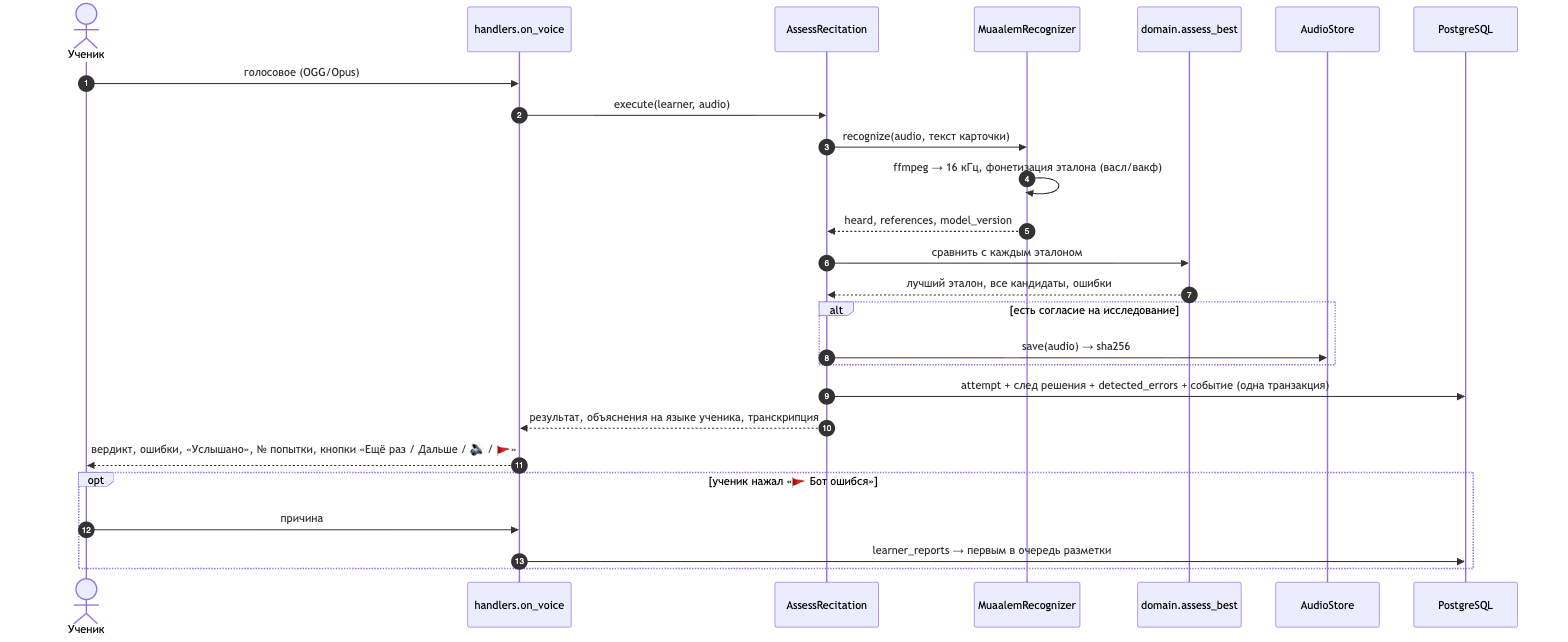
Above: docs/architecture/diagrams/03-voice-sequence.png in abdra04-gif/muallim (Mermaid), before the change. Its source is kept beside it as docs/architecture/diagrams/03-voice-sequence.mmd.
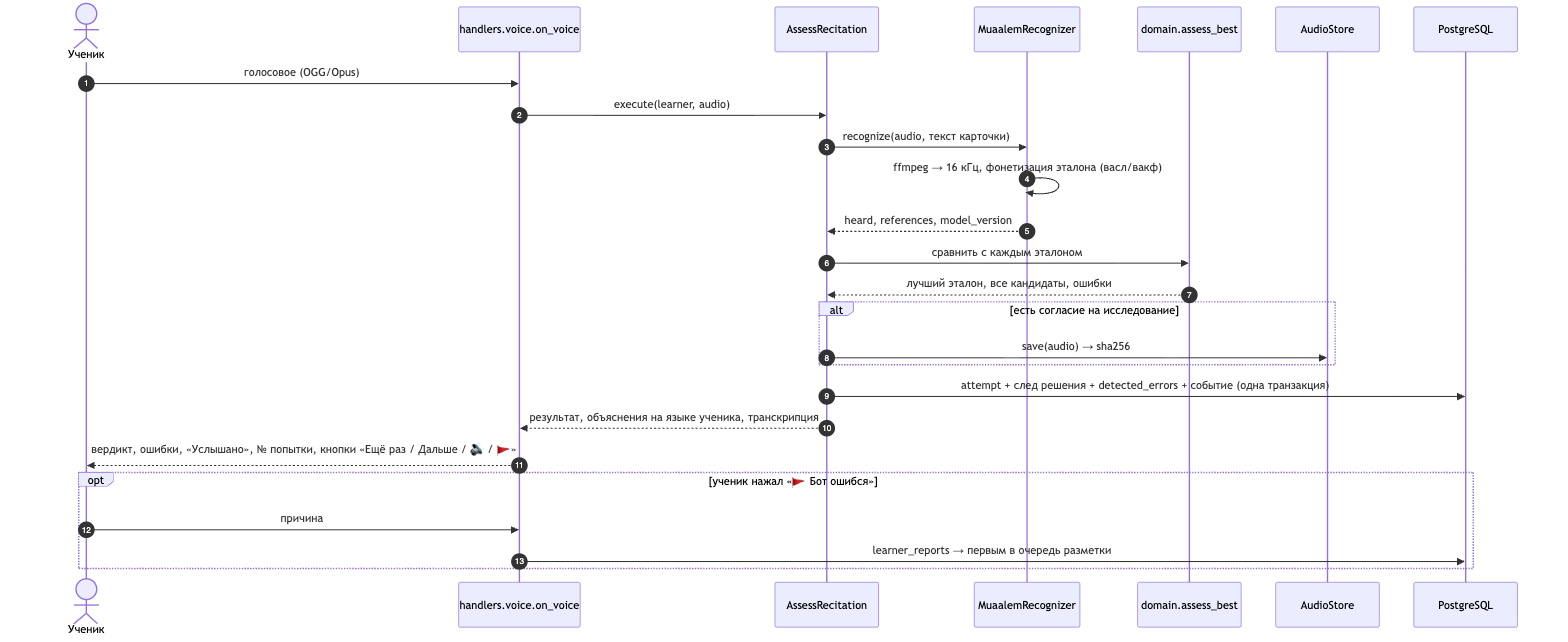
After the commit.

The edit, as a diff of the source:
```diff
@@ -1,7 +1,7 @@
 sequenceDiagram
     autonumber
     actor L as Ученик
-    participant H as handlers.on_voice
+    participant H as handlers.voice.on_voice
     participant UC as AssessRecitation
     participant R as MuaalemRecognizer
     participant D as domain.assess_best
```
